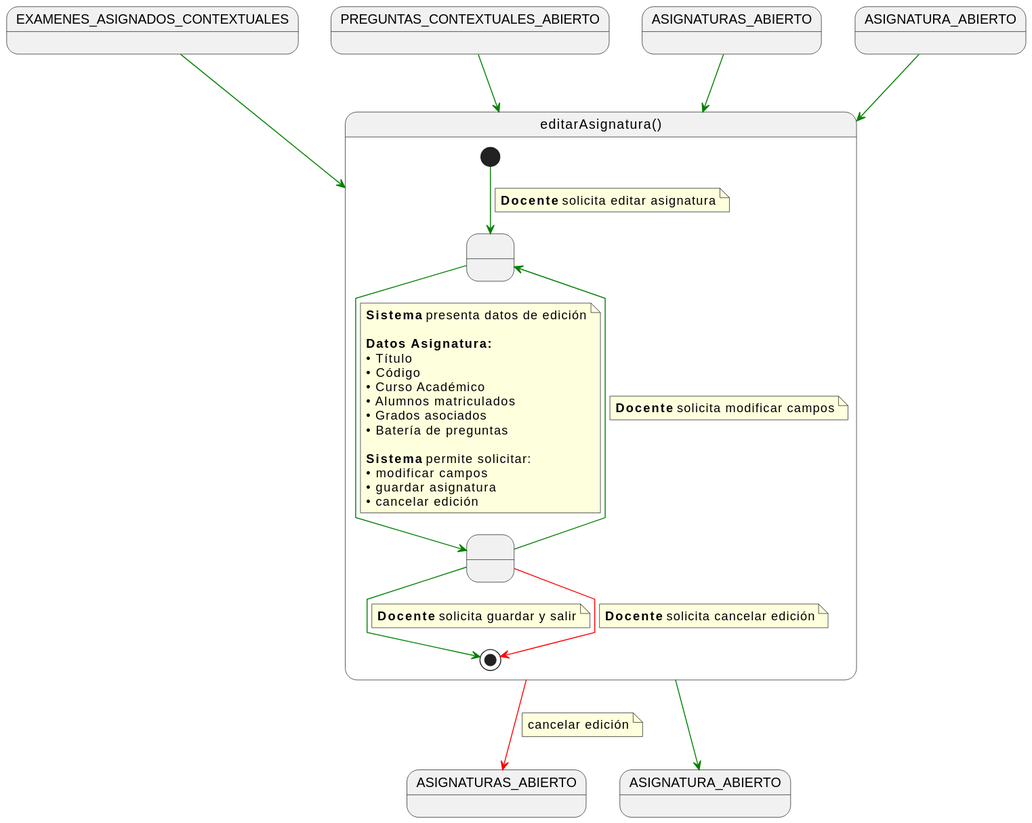
The PlantUML diagram documents/casos-de-uso/detalladoCasosDeUso/editarAsignatura/editarAsignatura.svg in martinlopez7/25-26-IdSw1-SdR, before a commit.
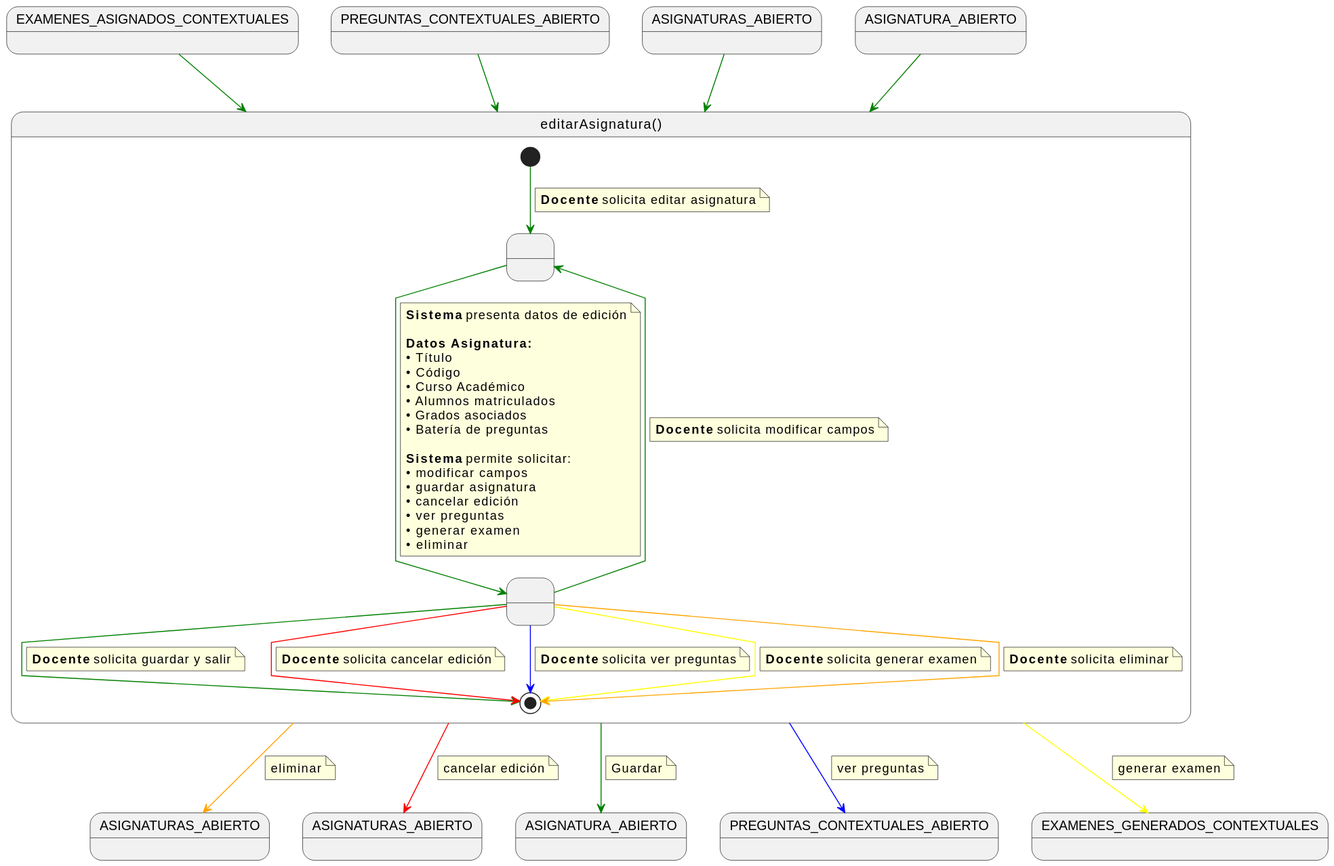
After the commit.

Change to the diagram source:
```diff
@@ -4,9 +4,11 @@
 state EXAMENES_ASIGNADOS_CONTEXTUALES
 state PREGUNTAS_CONTEXTUALES_ABIERTO
 state ASIGNATURAS_ABIERTO
+state ASIGNATURAS_ABIERTO1 as "ASIGNATURAS_ABIERTO"
 state ASIGNATURA_ABIERTO
 state ASIGNATURAS_ABIERTO2 as "ASIGNATURAS_ABIERTO"
 state ASIGNATURA_ABIERTO2 as "ASIGNATURA_ABIERTO"
+state PREGUNTAS_CONTEXTUALES_ABIERTO1 as "PREGUNTAS_CONTEXTUALES_ABIERTO"
 
 EXAMENES_ASIGNADOS_CONTEXTUALES -[#green]-> editarAsignatura
 PREGUNTAS_CONTEXTUALES_ABIERTO -[#green]-> editarAsignatura
@@ -39,6 +41,9 @@
     • modificar campos
     • guardar asignatura
     • cancelar edición
+    • ver preguntas
+    • generar examen
+    • eliminar
     end note
 
     GuardandoDatos -[#green]-> EditandoDatos
@@ -55,14 +60,44 @@
     note on link
     <b>Docente</b> solicita cancelar edición
     end note
+
+    GuardandoDatos -[#blue]-> [*]
+    note on link
+    <b>Docente</b> solicita ver preguntas
+    end note
+
+    GuardandoDatos -[#yellow]-> [*]
+    note on link
+    <b>Docente</b> solicita generar examen
+    end note
+
+    GuardandoDatos -[#orange]-> [*]
+    note on link
+    <b>Docente</b> solicita eliminar
+    end note
 }
 
-
-
 editarAsignatura -[#green]-> ASIGNATURA_ABIERTO2
-
+note on link
+Guardar
+end note
 editarAsignatura -[#red]-> ASIGNATURAS_ABIERTO2
 note on link
 cancelar edición
 end note
+
+editarAsignatura -[#yellow]-> EXAMENES_GENERADOS_CONTEXTUALES
+note on link
+generar examen
+end note
+
+editarAsignatura -[#blue]-> PREGUNTAS_CONTEXTUALES_ABIERTO1
+note on link
+ver preguntas
+end note
+
+editarAsignatura -[#orange]-> ASIGNATURAS_ABIERTO1
+note on link
+eliminar
+end note
 @enduml
```
